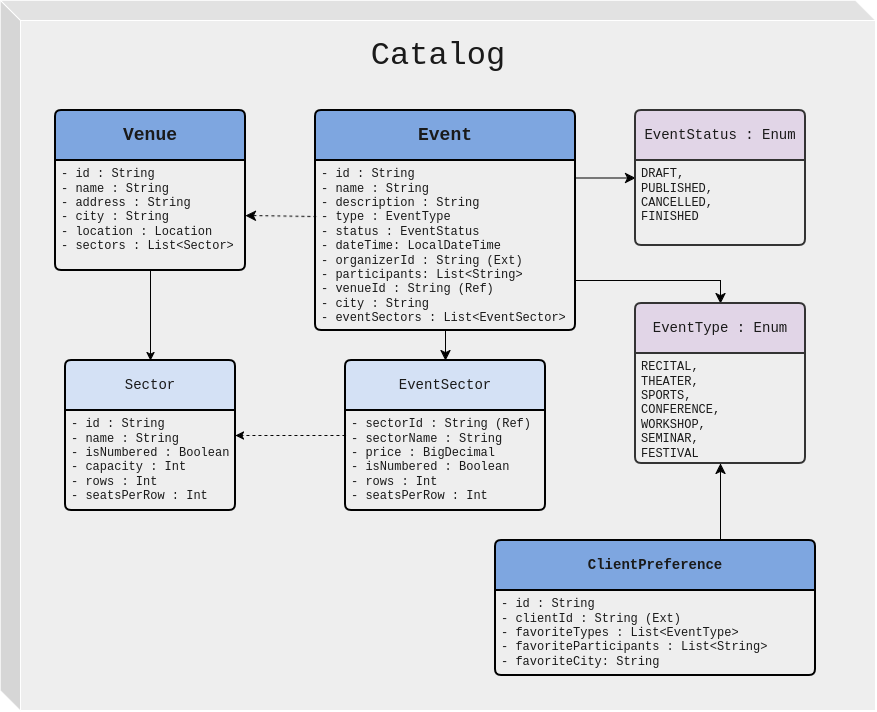
The draw.io diagram Catalog_ED.drawio.png in JulianYaniez/Arqui-web, before a commit. Source tidied: cells renumbered, new cells last; positions are measured from the earlier drawing's top-left corner, leaving out a move shared by most shapes. The source it was exported from:
```xml
<mxGraphModel>
  <root>
    <mxCell id="0" />
    <mxCell id="1" parent="0" />
    <mxCell id="2" style="shape=cube;whiteSpace=wrap;html=1;boundedLbl=1;backgroundOutline=1;darkOpacity=0.05;darkOpacity2=0.1;rounded=1;roundedPerimeter=1;labelBackgroundColor=none;fillColor=#EEEEEE;strokeColor=#FFFFFF;fontColor=#1A1A1A;" parent="1" vertex="1">
      <mxGeometry width="875" height="710" as="geometry" />
    </mxCell>
    <mxCell id="3" value="Catalog" style="text;html=1;whiteSpace=wrap;strokeColor=none;fillColor=none;align=center;verticalAlign=middle;rounded=1;fontSize=32;fontFamily=Courier New;roundedPerimeter=1;labelBackgroundColor=none;fontColor=#1A1A1A;" parent="1" vertex="1">
      <mxGeometry x="407.5" y="40" width="60" height="30" as="geometry" />
    </mxCell>
    <mxCell id="4" value="&lt;font style=&quot;font-size: 18px;&quot;&gt;&lt;b&gt;Venue&lt;/b&gt;&lt;/font&gt;" style="swimlane;horizontal=1;startSize=50;rounded=1;fontSize=14;fontStyle=0;strokeWidth=2;shadow=0;dashed=0;align=center;arcSize=4;whiteSpace=wrap;html=1;roundedPerimeter=1;labelBackgroundColor=none;fillColor=#7EA6E0;strokeColor=#000000;fontColor=#1A1A1A;fontFamily=Courier New;" parent="1" vertex="1">
      <mxGeometry x="55" y="110" width="190" height="160" as="geometry" />
    </mxCell>
    <mxCell id="5" value="- id : String&lt;br&gt;- name : String&lt;br&gt;&lt;div&gt;- address : String&lt;/div&gt;&lt;div&gt;- city : String&lt;/div&gt;&lt;div&gt;- location : Location&lt;/div&gt;&lt;div&gt;- sectors : List&amp;lt;Sector&amp;gt;&lt;/div&gt;" style="align=left;strokeColor=none;fillColor=none;spacingLeft=4;spacingRight=4;fontSize=12;verticalAlign=top;html=1;whiteSpace=wrap;rounded=1;roundedPerimeter=1;labelBackgroundColor=none;fontColor=#1A1A1A;fontFamily=Courier New;" parent="4" vertex="1">
      <mxGeometry y="50" width="190" height="110" as="geometry" />
    </mxCell>
    <mxCell id="6" value="Sector" style="swimlane;horizontal=1;startSize=50;rounded=1;fontSize=14;fontStyle=0;strokeWidth=2;shadow=0;dashed=0;align=center;arcSize=4;whiteSpace=wrap;html=1;roundedPerimeter=1;labelBackgroundColor=none;fillColor=#D4E1F5;strokeColor=#000000;fontColor=#1A1A1A;fontFamily=Courier New;" parent="1" vertex="1">
      <mxGeometry x="65" y="360" width="170" height="150" as="geometry" />
    </mxCell>
    <mxCell id="7" value="&lt;div&gt;- id : String&lt;/div&gt;&lt;div&gt;- name : String&lt;/div&gt;&lt;div&gt;- isNumbered : Boolean&lt;/div&gt;&lt;div&gt;- capacity : Int&lt;/div&gt;&lt;div&gt;- rows : Int&lt;/div&gt;&lt;div&gt;- seatsPerRow : Int&lt;/div&gt;" style="align=left;strokeColor=none;fillColor=none;spacingLeft=4;spacingRight=4;fontSize=12;verticalAlign=top;html=1;whiteSpace=wrap;rounded=1;roundedPerimeter=1;labelBackgroundColor=none;fontColor=#1A1A1A;fontFamily=Courier New;" parent="6" vertex="1">
      <mxGeometry y="50" width="170" height="100" as="geometry" />
    </mxCell>
    <mxCell id="8" style="edgeStyle=orthogonalEdgeStyle;rounded=1;jettySize=auto;html=1;labelBackgroundColor=none;strokeColor=#000000;fontColor=default;shadow=0;sketch=0;" parent="1" edge="1" source="5" target="6">
      <mxGeometry relative="1" as="geometry" />
    </mxCell>
    <mxCell id="9" style="edgeStyle=none;curved=1;rounded=1;curveGeometry=1;jettySize=auto;html=1;exitX=0.003;exitY=0.33;exitDx=0;exitDy=0;fontSize=12;defaultLabelBackgroundColor=page;startSize=8;endSize=8;dashed=1;exitPerimeter=0;entryX=1;entryY=0.5;entryDx=0;entryDy=0;labelBackgroundColor=none;strokeColor=#000000;fontColor=default;" parent="1" edge="1" source="13" target="5">
      <mxGeometry relative="1" as="geometry" />
    </mxCell>
    <mxCell id="10" style="edgeStyle=orthogonalEdgeStyle;rounded=0;jettySize=auto;html=1;strokeColor=#000000;fontSize=12;fontColor=#FFFFFF;defaultLabelBackgroundColor=page;startSize=8;endSize=8;" parent="1" edge="1" source="12" target="14">
      <mxGeometry x="-0.5" relative="1" as="geometry">
        <Array as="points">
          <mxPoint x="720" y="280" />
        </Array>
      </mxGeometry>
    </mxCell>
    <mxCell id="11" style="edgeStyle=orthogonalEdgeStyle;rounded=0;jettySize=auto;html=1;strokeColor=#000000;fontSize=12;fontColor=#FFFFFF;defaultLabelBackgroundColor=page;startSize=8;endSize=8;" parent="1" edge="1" source="12" target="20">
      <mxGeometry relative="1" as="geometry">
        <Array as="points">
          <mxPoint x="585" y="177.5" />
          <mxPoint x="585" y="177.5" />
        </Array>
      </mxGeometry>
    </mxCell>
    <mxCell id="12" value="&lt;b&gt;&lt;font style=&quot;font-size: 18px;&quot;&gt;Event&lt;/font&gt;&lt;/b&gt;" style="swimlane;horizontal=1;startSize=50;rounded=1;fontSize=14;fontStyle=0;strokeWidth=2;shadow=0;dashed=0;align=center;arcSize=4;whiteSpace=wrap;html=1;roundedPerimeter=1;labelBackgroundColor=none;fillColor=#7EA6E0;strokeColor=#000000;fontColor=#1A1A1A;fontFamily=Courier New;" parent="1" vertex="1">
      <mxGeometry x="315" y="110" width="260" height="220" as="geometry" />
    </mxCell>
    <mxCell id="13" value="- id : String&lt;br&gt;- name : String&lt;br&gt;&lt;div&gt;- description : String&lt;/div&gt;&lt;div&gt;- type : EventType&lt;/div&gt;&lt;div&gt;- status : EventStatus&lt;/div&gt;&lt;div&gt;- dateTime: LocalDateTime&lt;/div&gt;&lt;div&gt;- organizerId : String (Ext)&lt;/div&gt;&lt;div&gt;- participants: List&amp;lt;String&amp;gt;&lt;/div&gt;&lt;div&gt;- venueId : String (Ref)&lt;/div&gt;&lt;div&gt;- city : String&lt;/div&gt;&lt;div&gt;- eventSectors : List&amp;lt;EventSector&amp;gt;&lt;/div&gt;" style="align=left;strokeColor=none;fillColor=none;spacingLeft=4;spacingRight=4;fontSize=12;verticalAlign=top;html=1;whiteSpace=wrap;rounded=1;roundedPerimeter=1;labelBackgroundColor=none;fontColor=#1A1A1A;fontFamily=Courier New;" parent="12" vertex="1">
      <mxGeometry y="50" width="260" height="170" as="geometry" />
    </mxCell>
    <mxCell id="14" value="EventType : Enum" style="swimlane;horizontal=1;startSize=50;rounded=1;fontSize=14;fontStyle=0;strokeWidth=2;shadow=0;dashed=0;align=center;arcSize=4;whiteSpace=wrap;html=1;roundedPerimeter=1;labelBackgroundColor=none;fillColor=#E1D5E7;strokeColor=#333333;fontColor=#1A1A1A;fontFamily=Courier New;" parent="1" vertex="1">
      <mxGeometry x="635" y="303" width="170" height="160" as="geometry" />
    </mxCell>
    <mxCell id="15" value="&lt;div&gt;RECITAL,&lt;/div&gt;&lt;div&gt;THEATER,&lt;br&gt;SPORTS,&lt;/div&gt;&lt;div&gt;CONFERENCE,&lt;/div&gt;&lt;div&gt;WORKSHOP,&lt;/div&gt;&lt;div&gt;SEMINAR,&lt;/div&gt;&lt;div&gt;FESTIVAL&lt;/div&gt;&lt;div&gt;&lt;br&gt;&lt;/div&gt;" style="align=left;strokeColor=none;fillColor=none;spacingLeft=4;spacingRight=4;fontSize=12;verticalAlign=top;html=1;whiteSpace=wrap;rounded=1;roundedPerimeter=1;labelBackgroundColor=none;fontColor=#1A1A1A;fontFamily=Courier New;" parent="14" vertex="1">
      <mxGeometry y="50" width="170" height="110" as="geometry" />
    </mxCell>
    <mxCell id="16" style="edgeStyle=orthogonalEdgeStyle;rounded=0;jettySize=auto;html=1;entryX=1;entryY=0.25;entryDx=0;entryDy=0;defaultLabelBackgroundColor=page;dashed=1;" parent="1" edge="1" source="17" target="7">
      <mxGeometry relative="1" as="geometry" />
    </mxCell>
    <mxCell id="17" value="EventSector" style="swimlane;horizontal=1;startSize=50;rounded=1;fontSize=14;fontStyle=0;strokeWidth=2;shadow=0;dashed=0;align=center;arcSize=4;whiteSpace=wrap;html=1;roundedPerimeter=1;labelBackgroundColor=none;fillColor=#D4E1F5;strokeColor=#000000;fontColor=#1A1A1A;fontFamily=Courier New;" parent="1" vertex="1">
      <mxGeometry x="345" y="360" width="200" height="150" as="geometry" />
    </mxCell>
    <mxCell id="18" value="&lt;div&gt;- sectorId : String (Ref)&lt;br&gt;- sectorName : String&amp;nbsp;&lt;/div&gt;&lt;div&gt;- price : BigDecimal&lt;/div&gt;&lt;div&gt;- isNumbered : Boolean&lt;/div&gt;&lt;div&gt;- rows : Int&lt;/div&gt;&lt;div&gt;- seatsPerRow : Int&lt;/div&gt;" style="align=left;strokeColor=none;fillColor=none;spacingLeft=4;spacingRight=4;fontSize=12;verticalAlign=top;html=1;whiteSpace=wrap;rounded=1;roundedPerimeter=1;labelBackgroundColor=none;fontColor=#1A1A1A;fontFamily=Courier New;" parent="17" vertex="1">
      <mxGeometry y="50" width="200" height="100" as="geometry" />
    </mxCell>
    <mxCell id="19" style="edgeStyle=none;curved=1;rounded=0;curveGeometry=1;jettySize=auto;html=1;strokeColor=#000000;fontSize=12;fontColor=#FFFFFF;defaultLabelBackgroundColor=page;startSize=8;endSize=8;" parent="1" edge="1" source="12" target="17">
      <mxGeometry relative="1" as="geometry" />
    </mxCell>
    <mxCell id="20" value="EventStatus : Enum" style="swimlane;horizontal=1;startSize=50;rounded=1;fontSize=14;fontStyle=0;strokeWidth=2;shadow=0;dashed=0;align=center;arcSize=4;whiteSpace=wrap;html=1;roundedPerimeter=1;labelBackgroundColor=none;fillColor=#E1D5E7;strokeColor=#333333;fontColor=#1A1A1A;fontFamily=Courier New;" parent="1" vertex="1">
      <mxGeometry x="635" y="110" width="170" height="135" as="geometry" />
    </mxCell>
    <mxCell id="21" value="&lt;div&gt;DRAFT,&lt;/div&gt;&lt;div&gt;PUBLISHED,&lt;/div&gt;&lt;div&gt;CANCELLED,&lt;/div&gt;&lt;div&gt;FINISHED&lt;/div&gt;" style="align=left;strokeColor=none;fillColor=none;spacingLeft=4;spacingRight=4;fontSize=12;verticalAlign=top;html=1;whiteSpace=wrap;rounded=1;roundedPerimeter=1;labelBackgroundColor=none;fontColor=#1A1A1A;fontFamily=Courier New;" parent="20" vertex="1">
      <mxGeometry y="50" width="170" height="85" as="geometry" />
    </mxCell>
    <mxCell id="22" style="edgeStyle=none;curved=1;rounded=0;curveGeometry=1;jettySize=auto;html=1;exitX=0.5;exitY=1;exitDx=0;exitDy=0;strokeColor=#FFFFFF;fontSize=12;fontColor=#FFFFFF;defaultLabelBackgroundColor=page;startSize=8;endSize=8;" parent="20" edge="1" source="20" target="21">
      <mxGeometry relative="1" as="geometry" />
    </mxCell>
    <mxCell id="23" style="edgeStyle=orthogonalEdgeStyle;rounded=0;jettySize=auto;html=1;entryX=0.5;entryY=1;entryDx=0;entryDy=0;strokeColor=#000000;fontSize=12;fontColor=#FFFFFF;defaultLabelBackgroundColor=page;startSize=8;endSize=8;" parent="1" edge="1" source="24" target="15">
      <mxGeometry x="0.01" relative="1" as="geometry">
        <Array as="points">
          <mxPoint x="720" y="520" />
          <mxPoint x="720" y="520" />
        </Array>
      </mxGeometry>
    </mxCell>
    <mxCell id="24" value="&lt;b&gt;ClientPreference&lt;/b&gt;" style="swimlane;horizontal=1;startSize=50;rounded=1;fontSize=14;fontStyle=0;strokeWidth=2;shadow=0;dashed=0;align=center;arcSize=4;whiteSpace=wrap;html=1;roundedPerimeter=1;labelBackgroundColor=none;fillColor=#7EA6E0;strokeColor=#000000;fontColor=#1A1A1A;fontFamily=Courier New;" parent="1" vertex="1">
      <mxGeometry x="495" y="540" width="320" height="135" as="geometry" />
    </mxCell>
    <mxCell id="25" value="- id : String&lt;br&gt;- clientId : String (Ext)&lt;div&gt;- favoriteTypes : List&amp;lt;EventType&amp;gt;&lt;/div&gt;&lt;div&gt;- favoriteParticipants : List&amp;lt;String&amp;gt;&lt;/div&gt;&lt;div&gt;- favoriteCity: String&lt;/div&gt;" style="align=left;strokeColor=none;fillColor=none;spacingLeft=4;spacingRight=4;fontSize=12;verticalAlign=top;html=1;whiteSpace=wrap;rounded=1;roundedPerimeter=1;labelBackgroundColor=none;fontColor=#1A1A1A;fontFamily=Courier New;" parent="24" vertex="1">
      <mxGeometry y="50" width="320" height="85" as="geometry" />
    </mxCell>
    <mxCell id="26" style="edgeStyle=none;curved=1;rounded=0;curveGeometry=1;jettySize=auto;html=1;exitX=0.5;exitY=1;exitDx=0;exitDy=0;strokeColor=#FFFFFF;fontSize=12;fontColor=#FFFFFF;defaultLabelBackgroundColor=page;startSize=8;endSize=8;" parent="24" edge="1" source="24" target="25">
      <mxGeometry relative="1" as="geometry" />
    </mxCell>
  </root>
</mxGraphModel>
```
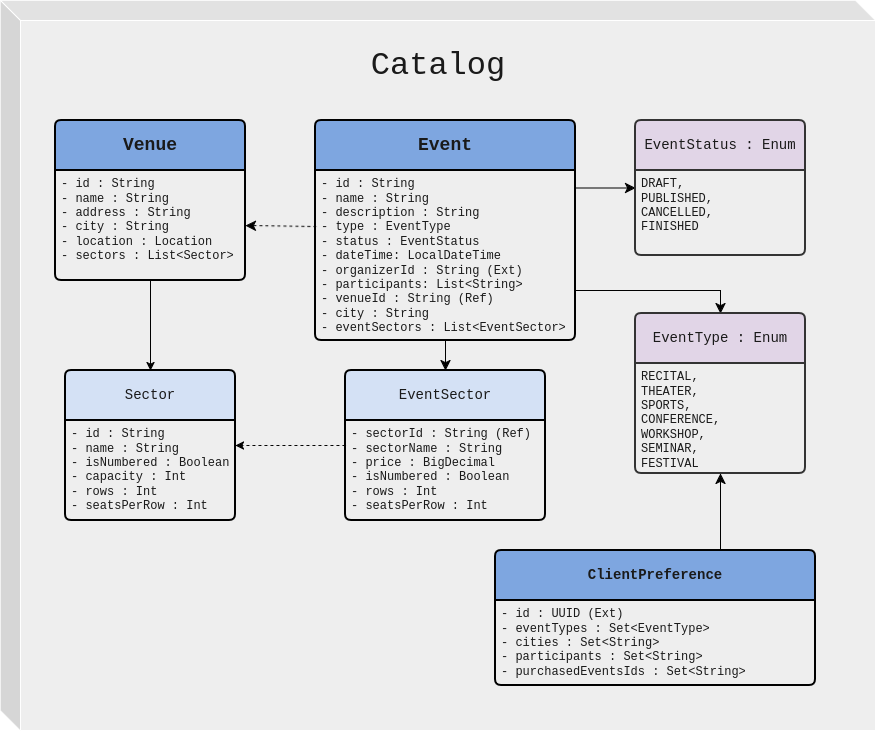
The same diagram one commit later.

Diff of the diagram source:
```diff
@@ -85,7 +85,7 @@
     <mxCell id="24" value="&lt;b&gt;ClientPreference&lt;/b&gt;" style="swimlane;horizontal=1;startSize=50;rounded=1;fontSize=14;fontStyle=0;strokeWidth=2;shadow=0;dashed=0;align=center;arcSize=4;whiteSpace=wrap;html=1;roundedPerimeter=1;labelBackgroundColor=none;fillColor=#7EA6E0;strokeColor=#000000;fontColor=#1A1A1A;fontFamily=Courier New;" parent="1" vertex="1">
       <mxGeometry x="495" y="540" width="320" height="135" as="geometry" />
     </mxCell>
-    <mxCell id="25" value="- id : String&lt;br&gt;- clientId : String (Ext)&lt;div&gt;- favoriteTypes : List&amp;lt;EventType&amp;gt;&lt;/div&gt;&lt;div&gt;- favoriteParticipants : List&amp;lt;String&amp;gt;&lt;/div&gt;&lt;div&gt;- favoriteCity: String&lt;/div&gt;" style="align=left;strokeColor=none;fillColor=none;spacingLeft=4;spacingRight=4;fontSize=12;verticalAlign=top;html=1;whiteSpace=wrap;rounded=1;roundedPerimeter=1;labelBackgroundColor=none;fontColor=#1A1A1A;fontFamily=Courier New;" parent="24" vertex="1">
+    <mxCell id="25" value="- id : UUID (Ext)&lt;div&gt;- eventTypes : Set&amp;lt;EventType&amp;gt;&lt;/div&gt;&lt;div&gt;- cities : Set&amp;lt;String&amp;gt;&lt;/div&gt;&lt;div&gt;- participants : Set&amp;lt;String&amp;gt;&lt;/div&gt;&lt;div&gt;- purchasedEventsIds : Set&amp;lt;String&amp;gt;&lt;/div&gt;" style="align=left;strokeColor=none;fillColor=none;spacingLeft=4;spacingRight=4;fontSize=12;verticalAlign=top;html=1;whiteSpace=wrap;rounded=1;roundedPerimeter=1;labelBackgroundColor=none;fontColor=#1A1A1A;fontFamily=Courier New;" parent="24" vertex="1">
       <mxGeometry y="50" width="320" height="85" as="geometry" />
     </mxCell>
     <mxCell id="26" style="edgeStyle=none;curved=1;rounded=0;curveGeometry=1;jettySize=auto;html=1;exitX=0.5;exitY=1;exitDx=0;exitDy=0;strokeColor=#FFFFFF;fontSize=12;fontColor=#FFFFFF;defaultLabelBackgroundColor=page;startSize=8;endSize=8;" parent="24" edge="1" source="24" target="25">
```
